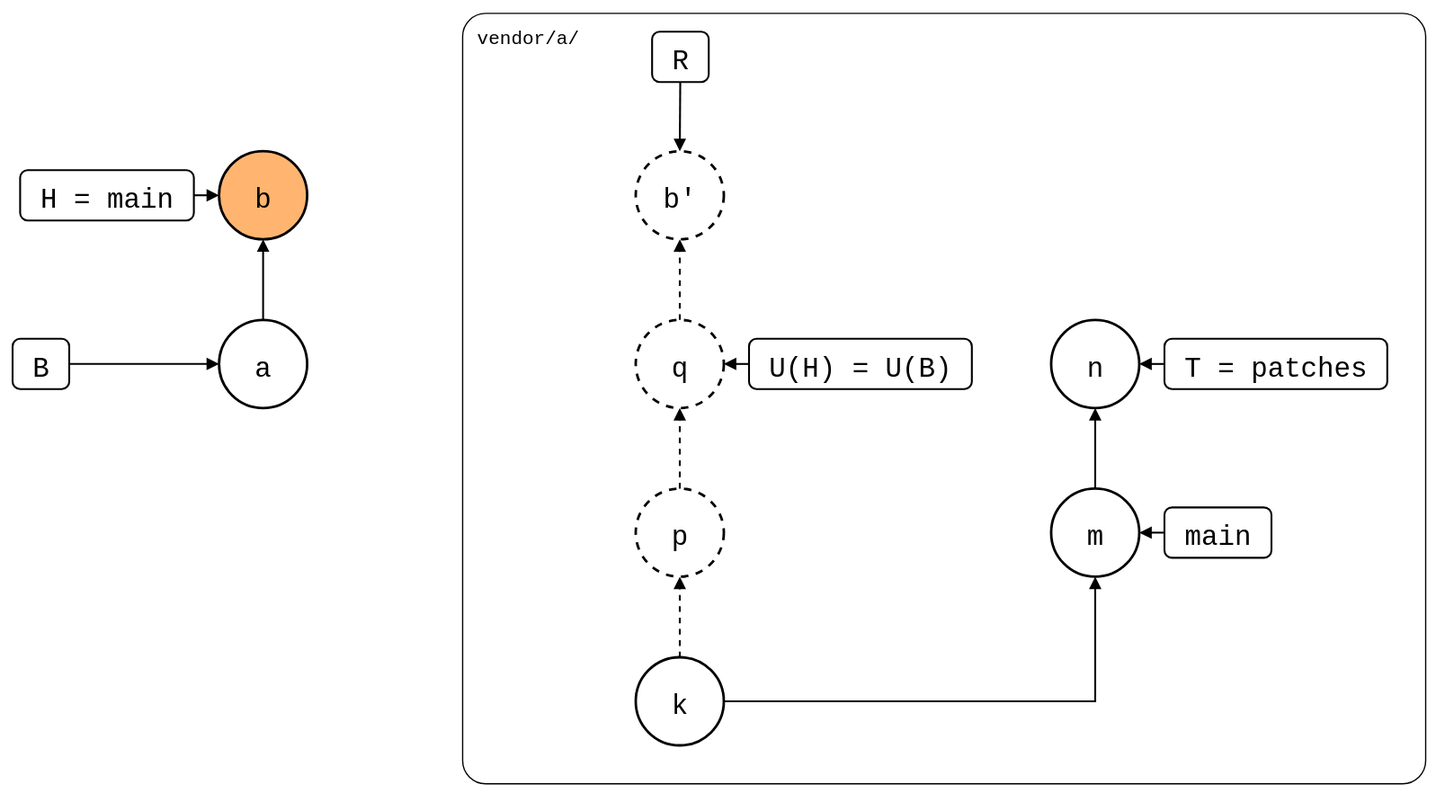
Above: test/scenarios/06-rewritten-history/04-patch-branch-rebased/01-unpushed-local-commit/unpushed-local-commit.drawio.svg in roschaefer/git-splice (draw.io), before the change. Source tidied: cells renumbered, new cells last; positions are measured from the earlier drawing's top-left corner, leaving out a move shared by most shapes.
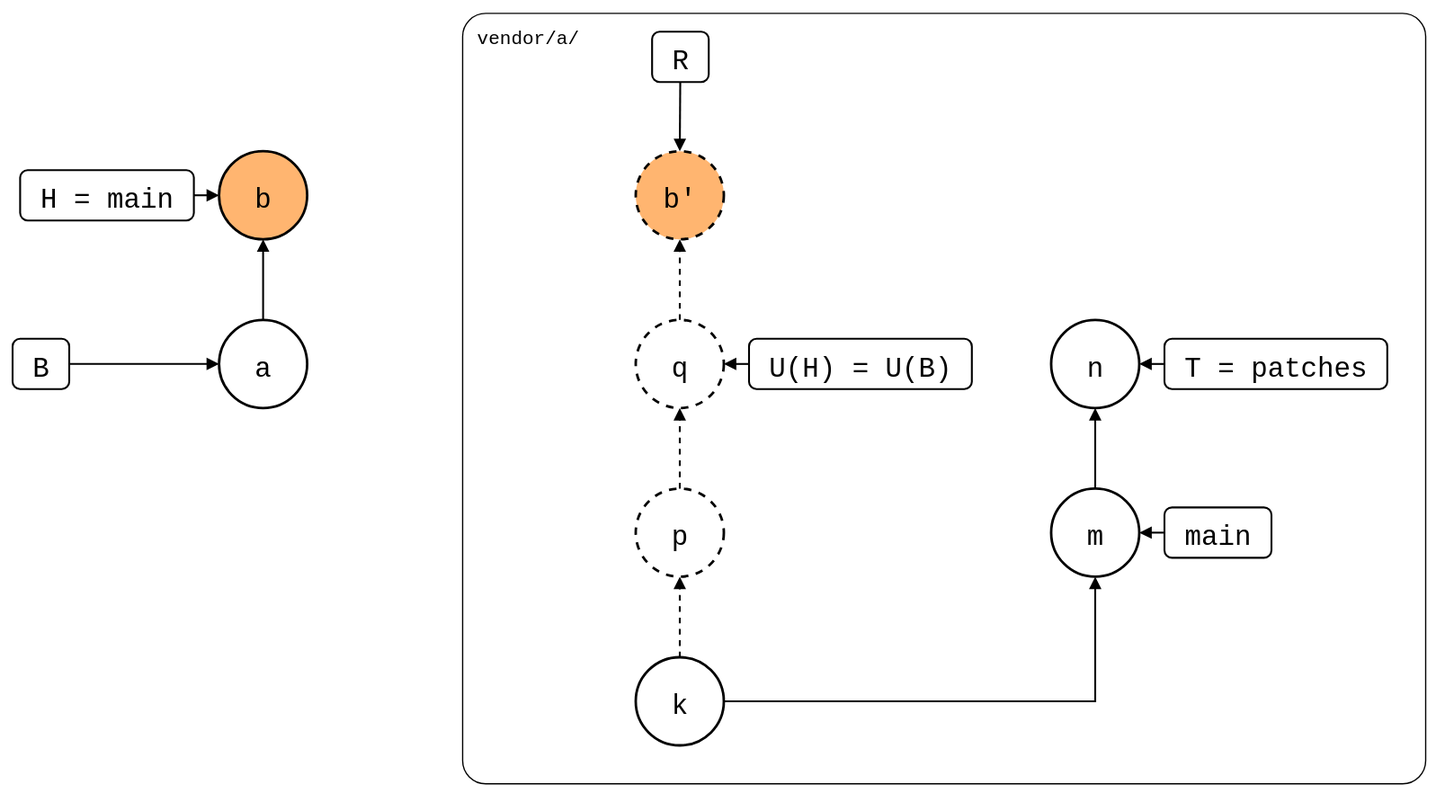
The same diagram one commit later.

The edit, as a diff of the source:
```diff
@@ -26,7 +26,7 @@
     <mxCell id="9" value="b" style="ellipse;strokeWidth=2;fontSize=22;fontFamily=Roboto Mono,monospace;fillColor=#FFB570;" parent="1" vertex="1">
       <mxGeometry x="164" y="110" width="70" height="70" as="geometry" />
     </mxCell>
-    <mxCell id="10" value="b'" style="ellipse;strokeWidth=2;fontSize=22;fontFamily=Roboto Mono,monospace;dashed=1;" parent="1" vertex="1">
+    <mxCell id="10" value="b'" style="ellipse;strokeWidth=2;fontSize=22;fontFamily=Roboto Mono,monospace;dashed=1;fillColor=#FFB570;" parent="1" vertex="1">
       <mxGeometry x="495" y="110" width="70" height="70" as="geometry" />
     </mxCell>
     <mxCell id="11" value="H = main" style="rounded=1;strokeWidth=1.5;fontSize=22;fontFamily=Roboto Mono,monospace;" parent="1" vertex="1">
```
